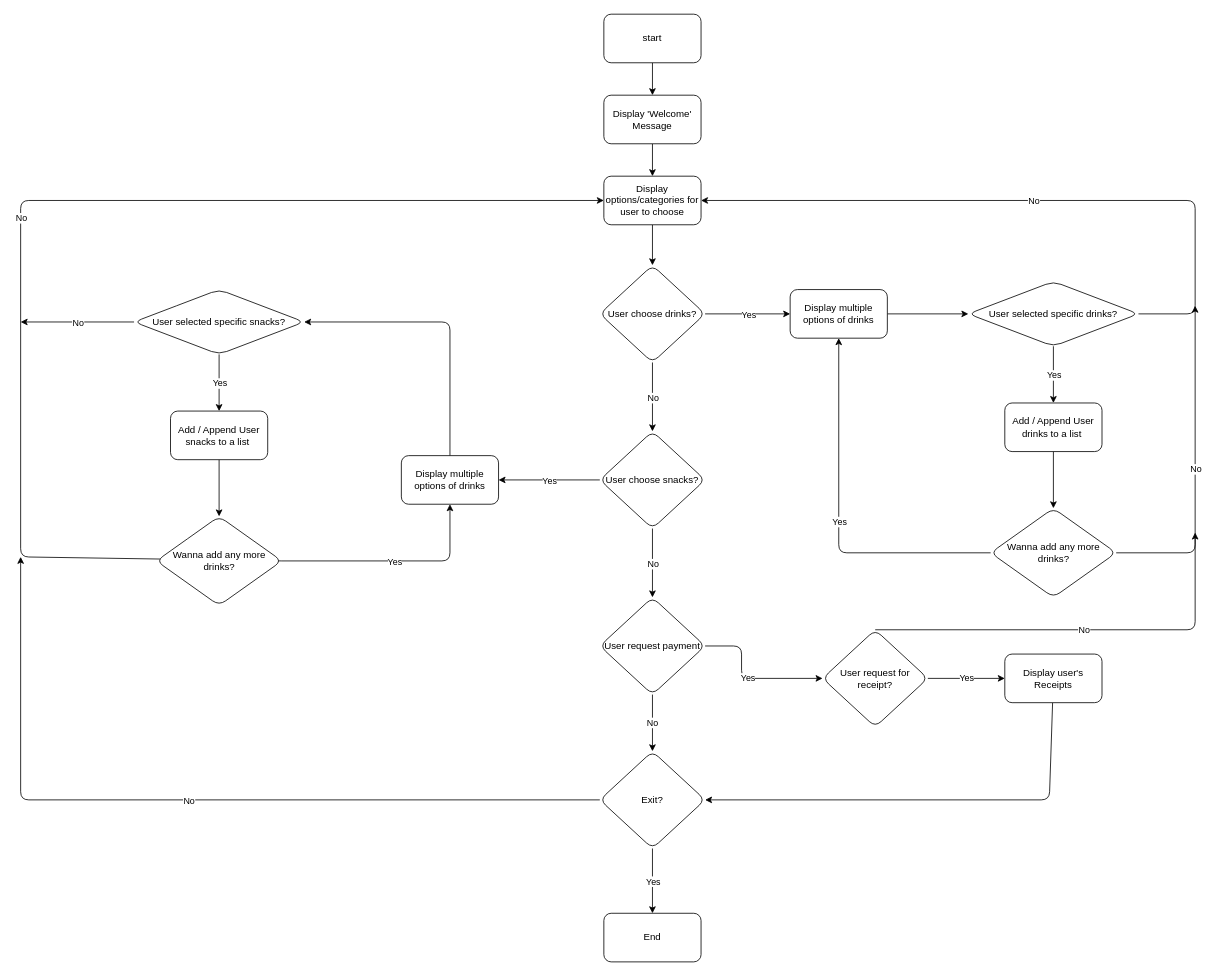
tsunahyper/Vending-Machine keeps this draw.io diagram as vending_machine.drawio. Above is the earlier version. Source tidied: cells renumbered, new cells numbered last; positions are measured from the earlier drawing's top-left corner, leaving out a move shared by most shapes. Both pictures are drawn from the tidied source at 81%, with x=0, y=0 at pixel (20, 14).
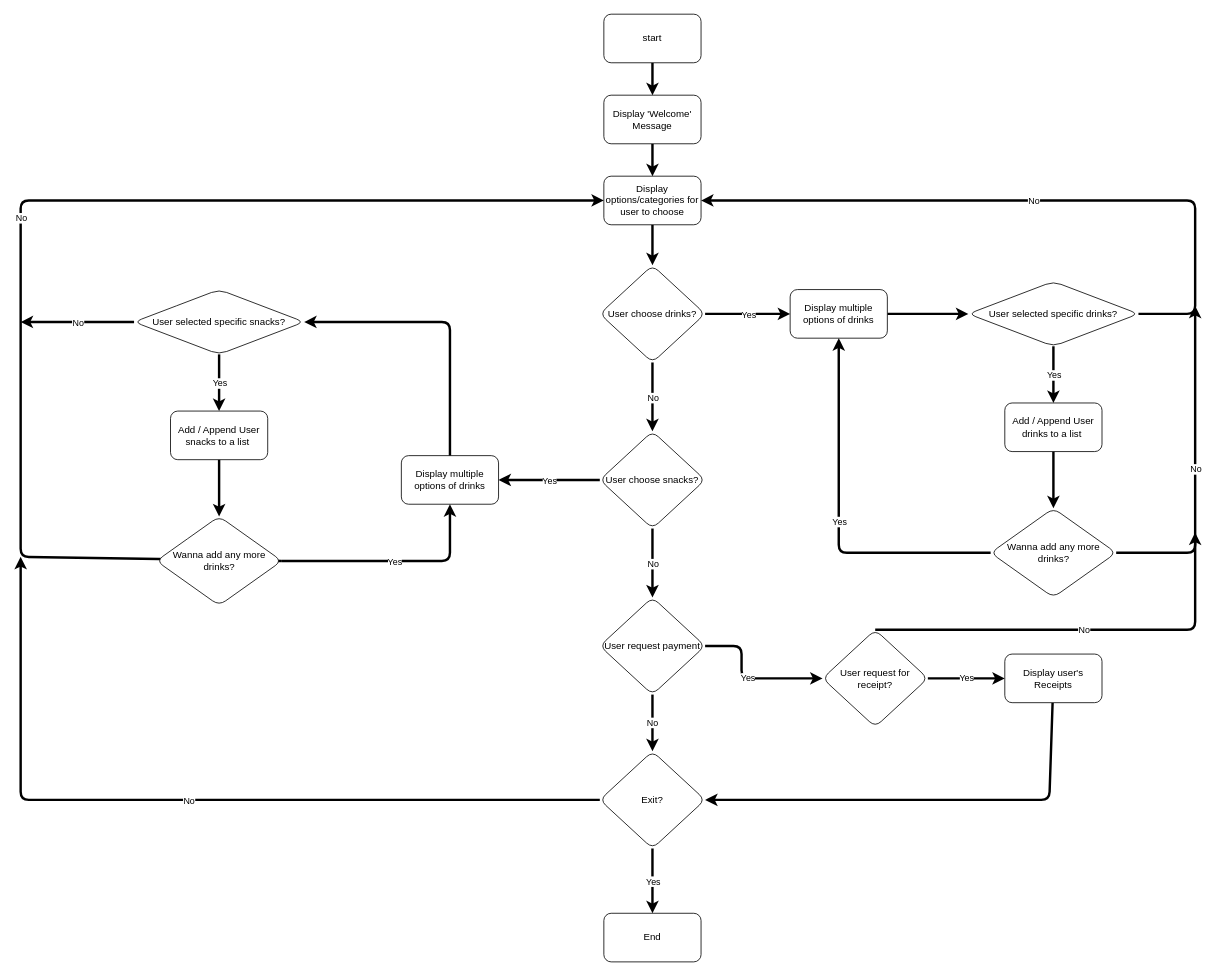
Above is the later version.

Commit message (it also covers changes not shown here):
fix: flowchart vending machine

Unchanged cells that the change refers to:
```xml
<mxCell id="3" value="start" style="rounded=1;whiteSpace=wrap;html=1;" parent="1" vertex="1">
  <mxGeometry x="720" width="120" height="60" as="geometry" />
</mxCell>
<mxCell id="5" value="Display 'Welcome' Message" style="whiteSpace=wrap;html=1;rounded=1;" parent="1" vertex="1">
  <mxGeometry x="720" y="100" width="120" height="60" as="geometry" />
</mxCell>
<mxCell id="7" value="Display options/categories for user to choose" style="whiteSpace=wrap;html=1;rounded=1;" parent="1" vertex="1">
  <mxGeometry x="720" y="200" width="120" height="60" as="geometry" />
</mxCell>
<mxCell id="8" value="User choose drinks?" style="rhombus;whiteSpace=wrap;html=1;rounded=1;" parent="1" vertex="1">
  <mxGeometry x="715" y="310" width="130" height="120" as="geometry" />
</mxCell>
<mxCell id="9" value="User choose snacks?" style="rhombus;whiteSpace=wrap;html=1;rounded=1;" parent="1" vertex="1">
  <mxGeometry x="715" y="515" width="130" height="120" as="geometry" />
</mxCell>
<mxCell id="10" value="Exit?" style="rhombus;whiteSpace=wrap;html=1;rounded=1;" parent="1" vertex="1">
  <mxGeometry x="715" y="910" width="130" height="120" as="geometry" />
</mxCell>
<mxCell id="14" value="Display multiple options of drinks" style="whiteSpace=wrap;html=1;rounded=1;" parent="1" vertex="1">
  <mxGeometry x="950" y="340" width="120" height="60" as="geometry" />
</mxCell>
<mxCell id="15" value="User selected specific drinks?" style="rhombus;whiteSpace=wrap;html=1;rounded=1;" parent="1" vertex="1">
  <mxGeometry x="1170" y="330" width="210" height="80" as="geometry" />
</mxCell>
<mxCell id="19" value="Add / Append User drinks to a list&amp;nbsp;" style="whiteSpace=wrap;html=1;rounded=1;" parent="1" vertex="1">
  <mxGeometry x="1215" y="480" width="120" height="60" as="geometry" />
</mxCell>
<mxCell id="20" value="Wanna add any more drinks?" style="rhombus;whiteSpace=wrap;html=1;rounded=1;" parent="1" vertex="1">
  <mxGeometry x="1197.5" y="610" width="155" height="110" as="geometry" />
</mxCell>
<mxCell id="29" value="User selected specific snacks?" style="rhombus;whiteSpace=wrap;html=1;rounded=1;" parent="1" vertex="1">
  <mxGeometry x="140" y="340" width="210" height="80" as="geometry" />
</mxCell>
<mxCell id="33" value="Add / Append User snacks to a list&amp;nbsp;" style="whiteSpace=wrap;html=1;rounded=1;" parent="1" vertex="1">
  <mxGeometry x="185" y="490" width="120" height="60" as="geometry" />
</mxCell>
<mxCell id="36" value="Wanna add any more drinks?" style="rhombus;whiteSpace=wrap;html=1;rounded=1;" parent="1" vertex="1">
  <mxGeometry x="167.5" y="620" width="155" height="110" as="geometry" />
</mxCell>
<mxCell id="38" value="Display multiple options of drinks" style="whiteSpace=wrap;html=1;rounded=1;" parent="1" vertex="1">
  <mxGeometry x="470" y="545" width="120" height="60" as="geometry" />
</mxCell>
<mxCell id="47" value="End" style="whiteSpace=wrap;html=1;rounded=1;" parent="1" vertex="1">
  <mxGeometry x="720" y="1110" width="120" height="60" as="geometry" />
</mxCell>
<mxCell id="52" value="User request payment" style="rhombus;whiteSpace=wrap;html=1;rounded=1;" parent="1" vertex="1">
  <mxGeometry x="715" y="720" width="130" height="120" as="geometry" />
</mxCell>
<mxCell id="55" value="User request for receipt?" style="rhombus;whiteSpace=wrap;html=1;rounded=1;" parent="1" vertex="1">
  <mxGeometry x="990" y="760" width="130" height="120" as="geometry" />
</mxCell>
<mxCell id="58" value="Display user's Receipts" style="whiteSpace=wrap;html=1;rounded=1;" parent="1" vertex="1">
  <mxGeometry x="1215" y="790" width="120" height="60" as="geometry" />
</mxCell>
```

Change to the diagram source:
```diff
@@
-<mxGraphModel>
+<mxGraphModel background="#ffffff">
@@
-    <mxCell id="2" style="edgeStyle=none;html=1;" parent="1" edge="1" source="3" target="5">
+    <mxCell id="2" style="edgeStyle=none;html=1;strokeWidth=3;strokeColor=#000000;" parent="1" edge="1" source="3" target="5">
       <mxGeometry relative="1" as="geometry" />
     </mxCell>
@@
-    <mxCell id="4" style="edgeStyle=none;html=1;" parent="1" edge="1" source="5" target="7">
+    <mxCell id="4" style="edgeStyle=none;html=1;strokeWidth=3;strokeColor=#000000;" parent="1" edge="1" source="5" target="7">
       <mxGeometry relative="1" as="geometry" />
     </mxCell>
@@
-    <mxCell id="6" style="edgeStyle=none;html=1;" parent="1" edge="1" source="7" target="8">
+    <mxCell id="6" style="edgeStyle=none;html=1;strokeWidth=3;strokeColor=#000000;" parent="1" edge="1" source="7" target="8">
       <mxGeometry relative="1" as="geometry" />
     </mxCell>
@@
-    <mxCell id="11" style="endArrow=classic;html=1;exitX=1;exitY=0.5;exitDx=0;exitDy=0;entryX=0;entryY=0.5;entryDx=0;entryDy=0;" parent="1" edge="1" source="8" target="14">
+    <mxCell id="11" style="endArrow=classic;html=1;exitX=1;exitY=0.5;exitDx=0;exitDy=0;entryX=0;entryY=0.5;entryDx=0;entryDy=0;strokeWidth=3;strokeColor=#000000;" parent="1" edge="1" source="8" target="14">
       <mxGeometry relative="1" as="geometry" />
     </mxCell>
@@
-    <mxCell id="13" style="edgeStyle=none;html=1;" parent="1" edge="1" source="14" target="15">
+    <mxCell id="13" style="edgeStyle=none;html=1;strokeWidth=3;strokeColor=#000000;" parent="1" edge="1" source="14" target="15">
       <mxGeometry relative="1" as="geometry" />
     </mxCell>
@@
-    <mxCell id="16" style="endArrow=classic;html=1;exitX=0.5;exitY=1;exitDx=0;exitDy=0;" parent="1" edge="1" source="15">
+    <mxCell id="16" style="endArrow=classic;html=1;exitX=0.5;exitY=1;exitDx=0;exitDy=0;strokeWidth=3;strokeColor=#000000;" parent="1" edge="1" source="15">
       <mxGeometry relative="1" as="geometry">
         <mxPoint x="1275" y="480" as="targetPoint" />
       </mxGeometry>
     </mxCell>
@@
-    <mxCell id="18" style="edgeStyle=none;html=1;" parent="1" edge="1" source="19" target="20">
+    <mxCell id="18" style="edgeStyle=none;html=1;strokeWidth=3;strokeColor=#000000;" parent="1" edge="1" source="19" target="20">
       <mxGeometry relative="1" as="geometry" />
     </mxCell>
@@
-    <mxCell id="21" style="endArrow=classic;html=1;exitX=0;exitY=0.5;exitDx=0;exitDy=0;entryX=0.5;entryY=1;entryDx=0;entryDy=0;" parent="1" edge="1" source="20" target="14">
+    <mxCell id="21" style="endArrow=classic;html=1;exitX=0;exitY=0.5;exitDx=0;exitDy=0;entryX=0.5;entryY=1;entryDx=0;entryDy=0;strokeWidth=3;strokeColor=#000000;" parent="1" edge="1" source="20" target="14">
       <mxGeometry relative="1" as="geometry">
         <Array as="points">
           <mxPoint x="1010" y="665" />
         </Array>
       </mxGeometry>
     </mxCell>
@@
-    <mxCell id="23" style="endArrow=classic;html=1;exitX=1;exitY=0.5;exitDx=0;exitDy=0;entryX=1;entryY=0.5;entryDx=0;entryDy=0;" parent="1" edge="1" source="15" target="7">
+    <mxCell id="23" style="endArrow=classic;html=1;exitX=1;exitY=0.5;exitDx=0;exitDy=0;entryX=1;entryY=0.5;entryDx=0;entryDy=0;strokeWidth=3;strokeColor=#000000;" parent="1" edge="1" source="15" target="7">
       <mxGeometry relative="1" as="geometry">
         <Array as="points">
           <mxPoint x="1450" y="370" />
           <mxPoint x="1450" y="230" />
         </Array>
       </mxGeometry>
     </mxCell>
@@
-    <mxCell id="25" style="endArrow=classic;html=1;exitX=1;exitY=0.5;exitDx=0;exitDy=0;" parent="1" edge="1" source="20">
+    <mxCell id="25" style="endArrow=classic;html=1;exitX=1;exitY=0.5;exitDx=0;exitDy=0;strokeWidth=3;strokeColor=#000000;" parent="1" edge="1" source="20">
       <mxGeometry relative="1" as="geometry">
         <mxPoint x="1450" y="360" as="targetPoint" />
         <Array as="points">
           <mxPoint x="1450" y="665" />
         </Array>
       </mxGeometry>
     </mxCell>
@@
-    <mxCell id="27" style="endArrow=classic;html=1;exitX=0.5;exitY=1;exitDx=0;exitDy=0;entryX=0.5;entryY=0;entryDx=0;entryDy=0;" parent="1" edge="1" source="8" target="9">
+    <mxCell id="27" style="endArrow=classic;html=1;exitX=0.5;exitY=1;exitDx=0;exitDy=0;entryX=0.5;entryY=0;entryDx=0;entryDy=0;strokeWidth=3;strokeColor=#000000;" parent="1" edge="1" source="8" target="9">
       <mxGeometry relative="1" as="geometry" />
     </mxCell>
@@
-    <mxCell id="30" style="endArrow=classic;html=1;exitX=0.5;exitY=1;exitDx=0;exitDy=0;" parent="1" edge="1" source="29">
+    <mxCell id="30" style="endArrow=classic;html=1;exitX=0.5;exitY=1;exitDx=0;exitDy=0;strokeWidth=3;strokeColor=#000000;" parent="1" edge="1" source="29">
       <mxGeometry relative="1" as="geometry">
         <mxPoint x="245" y="490" as="targetPoint" />
       </mxGeometry>
     </mxCell>
@@
-    <mxCell id="32" style="edgeStyle=none;html=1;entryX=0.5;entryY=0;entryDx=0;entryDy=0;" parent="1" edge="1" source="33" target="36">
+    <mxCell id="32" style="edgeStyle=none;html=1;entryX=0.5;entryY=0;entryDx=0;entryDy=0;strokeWidth=3;strokeColor=#000000;" parent="1" edge="1" source="33" target="36">
       <mxGeometry relative="1" as="geometry" />
     </mxCell>
@@
-    <mxCell id="34" style="endArrow=classic;html=1;exitX=1;exitY=0.5;exitDx=0;exitDy=0;entryX=0;entryY=0.5;entryDx=0;entryDy=0;" parent="1" edge="1" source="36" target="7">
+    <mxCell id="34" style="endArrow=classic;html=1;exitX=1;exitY=0.5;exitDx=0;exitDy=0;entryX=0;entryY=0.5;entryDx=0;entryDy=0;strokeWidth=3;strokeColor=#000000;" parent="1" edge="1" source="36" target="7">
       <mxGeometry relative="1" as="geometry">
         <Array as="points">
           <mxPoint y="670" />
           <mxPoint y="230" />
         </Array>
       </mxGeometry>
     </mxCell>
@@
-    <mxCell id="37" style="edgeStyle=none;html=1;entryX=1;entryY=0.5;entryDx=0;entryDy=0;" parent="1" edge="1" source="38" target="29">
+    <mxCell id="37" style="edgeStyle=none;html=1;entryX=1;entryY=0.5;entryDx=0;entryDy=0;strokeWidth=3;strokeColor=#000000;" parent="1" edge="1" source="38" target="29">
       <mxGeometry relative="1" as="geometry">
         <Array as="points">
           <mxPoint x="530" y="380" />
         </Array>
       </mxGeometry>
     </mxCell>
@@
-    <mxCell id="39" style="endArrow=classic;html=1;exitX=0;exitY=0.5;exitDx=0;exitDy=0;entryX=1;entryY=0.5;entryDx=0;entryDy=0;" parent="1" edge="1" source="9" target="38">
+    <mxCell id="39" style="endArrow=classic;html=1;exitX=0;exitY=0.5;exitDx=0;exitDy=0;entryX=1;entryY=0.5;entryDx=0;entryDy=0;strokeWidth=3;strokeColor=#000000;" parent="1" edge="1" source="9" target="38">
       <mxGeometry relative="1" as="geometry" />
     </mxCell>
@@
-    <mxCell id="41" style="endArrow=classic;html=1;exitX=1;exitY=0.5;exitDx=0;exitDy=0;entryX=0.5;entryY=1;entryDx=0;entryDy=0;" parent="1" edge="1" source="36" target="38">
+    <mxCell id="41" style="endArrow=classic;html=1;exitX=1;exitY=0.5;exitDx=0;exitDy=0;entryX=0.5;entryY=1;entryDx=0;entryDy=0;strokeWidth=3;strokeColor=#000000;" parent="1" edge="1" source="36" target="38">
       <mxGeometry relative="1" as="geometry">
         <Array as="points">
           <mxPoint x="530" y="675" />
         </Array>
       </mxGeometry>
     </mxCell>
@@
-    <mxCell id="43" style="endArrow=classic;html=1;exitX=0;exitY=0.5;exitDx=0;exitDy=0;" parent="1" edge="1" source="29">
+    <mxCell id="43" style="endArrow=classic;html=1;exitX=0;exitY=0.5;exitDx=0;exitDy=0;strokeWidth=3;strokeColor=#000000;" parent="1" edge="1" source="29">
       <mxGeometry relative="1" as="geometry">
         <mxPoint y="380" as="targetPoint" />
       </mxGeometry>
     </mxCell>
@@
-    <mxCell id="45" style="endArrow=classic;html=1;entryX=0.5;entryY=0;entryDx=0;entryDy=0;" parent="1" edge="1" target="52">
+    <mxCell id="45" style="endArrow=classic;html=1;entryX=0.5;entryY=0;entryDx=0;entryDy=0;strokeWidth=3;strokeColor=#000000;" parent="1" edge="1" target="52">
       <mxGeometry relative="1" as="geometry">
         <mxPoint x="780" y="635" as="sourcePoint" />
       </mxGeometry>
     </mxCell>
@@
-    <mxCell id="48" style="endArrow=classic;html=1;entryX=0.5;entryY=0;entryDx=0;entryDy=0;exitX=0.5;exitY=1;exitDx=0;exitDy=0;" parent="1" edge="1" source="10" target="47">
+    <mxCell id="48" style="endArrow=classic;html=1;entryX=0.5;entryY=0;entryDx=0;entryDy=0;exitX=0.5;exitY=1;exitDx=0;exitDy=0;strokeWidth=3;strokeColor=#000000;" parent="1" edge="1" source="10" target="47">
       <mxGeometry relative="1" as="geometry" />
     </mxCell>
@@
-    <mxCell id="50" style="endArrow=classic;html=1;exitX=0;exitY=0.5;exitDx=0;exitDy=0;" parent="1" edge="1" source="10">
+    <mxCell id="50" style="endArrow=classic;html=1;exitX=0;exitY=0.5;exitDx=0;exitDy=0;strokeWidth=3;strokeColor=#000000;" parent="1" edge="1" source="10">
       <mxGeometry relative="1" as="geometry">
         <mxPoint y="670" as="targetPoint" />
         <Array as="points">
           <mxPoint y="970" />
         </Array>
       </mxGeometry>
     </mxCell>
@@
-    <mxCell id="53" value="No" style="endArrow=classic;html=1;exitX=0.5;exitY=1;exitDx=0;exitDy=0;entryX=0.5;entryY=0;entryDx=0;entryDy=0;" parent="1" edge="1" source="52" target="10">
+    <mxCell id="53" value="No" style="endArrow=classic;html=1;exitX=0.5;exitY=1;exitDx=0;exitDy=0;entryX=0.5;entryY=0;entryDx=0;entryDy=0;strokeWidth=3;strokeColor=#000000;" parent="1" edge="1" source="52" target="10">
       <mxGeometry relative="1" as="geometry" />
     </mxCell>
-    <mxCell id="54" value="Yes" style="endArrow=classic;html=1;exitX=1;exitY=0.5;exitDx=0;exitDy=0;entryX=0;entryY=0.5;entryDx=0;entryDy=0;" parent="1" edge="1" source="52" target="55">
+    <mxCell id="54" value="Yes" style="endArrow=classic;html=1;exitX=1;exitY=0.5;exitDx=0;exitDy=0;entryX=0;entryY=0.5;entryDx=0;entryDy=0;strokeWidth=3;strokeColor=#000000;" parent="1" edge="1" source="52" target="55">
       <mxGeometry relative="1" as="geometry">
         <Array as="points">
           <mxPoint x="890" y="780" />
           <mxPoint x="890" y="820" />
         </Array>
       </mxGeometry>
     </mxCell>
@@
-    <mxCell id="56" value="Yes" style="endArrow=classic;html=1;exitX=1;exitY=0.5;exitDx=0;exitDy=0;entryX=0;entryY=0.5;entryDx=0;entryDy=0;" parent="1" edge="1" source="55" target="58">
+    <mxCell id="56" value="Yes" style="endArrow=classic;html=1;exitX=1;exitY=0.5;exitDx=0;exitDy=0;entryX=0;entryY=0.5;entryDx=0;entryDy=0;strokeWidth=3;strokeColor=#000000;" parent="1" edge="1" source="55" target="58">
       <mxGeometry relative="1" as="geometry" />
     </mxCell>
-    <mxCell id="57" style="edgeStyle=none;hachureGap=4;html=1;fontFamily=Architects Daughter;fontSize=16;entryX=1;entryY=0.5;entryDx=0;entryDy=0;" parent="1" edge="1" source="58" target="10">
+    <mxCell id="57" style="edgeStyle=none;hachureGap=4;html=1;fontFamily=Architects Daughter;fontSize=16;entryX=1;entryY=0.5;entryDx=0;entryDy=0;strokeWidth=3;strokeColor=#000000;" parent="1" edge="1" source="58" target="10">
       <mxGeometry relative="1" as="geometry">
         <Array as="points">
           <mxPoint x="1270" y="970" />
         </Array>
       </mxGeometry>
     </mxCell>
@@
-    <mxCell id="59" value="No" style="endArrow=classic;html=1;exitX=0.5;exitY=0;exitDx=0;exitDy=0;" parent="1" edge="1" source="55">
+    <mxCell id="59" value="No" style="endArrow=classic;html=1;exitX=0.5;exitY=0;exitDx=0;exitDy=0;strokeWidth=3;strokeColor=#000000;" parent="1" edge="1" source="55">
       <mxGeometry relative="1" as="geometry">
         <mxPoint x="1450" y="640" as="targetPoint" />
         <Array as="points">
           <mxPoint x="1450" y="760" />
         </Array>
       </mxGeometry>
     </mxCell>
```
